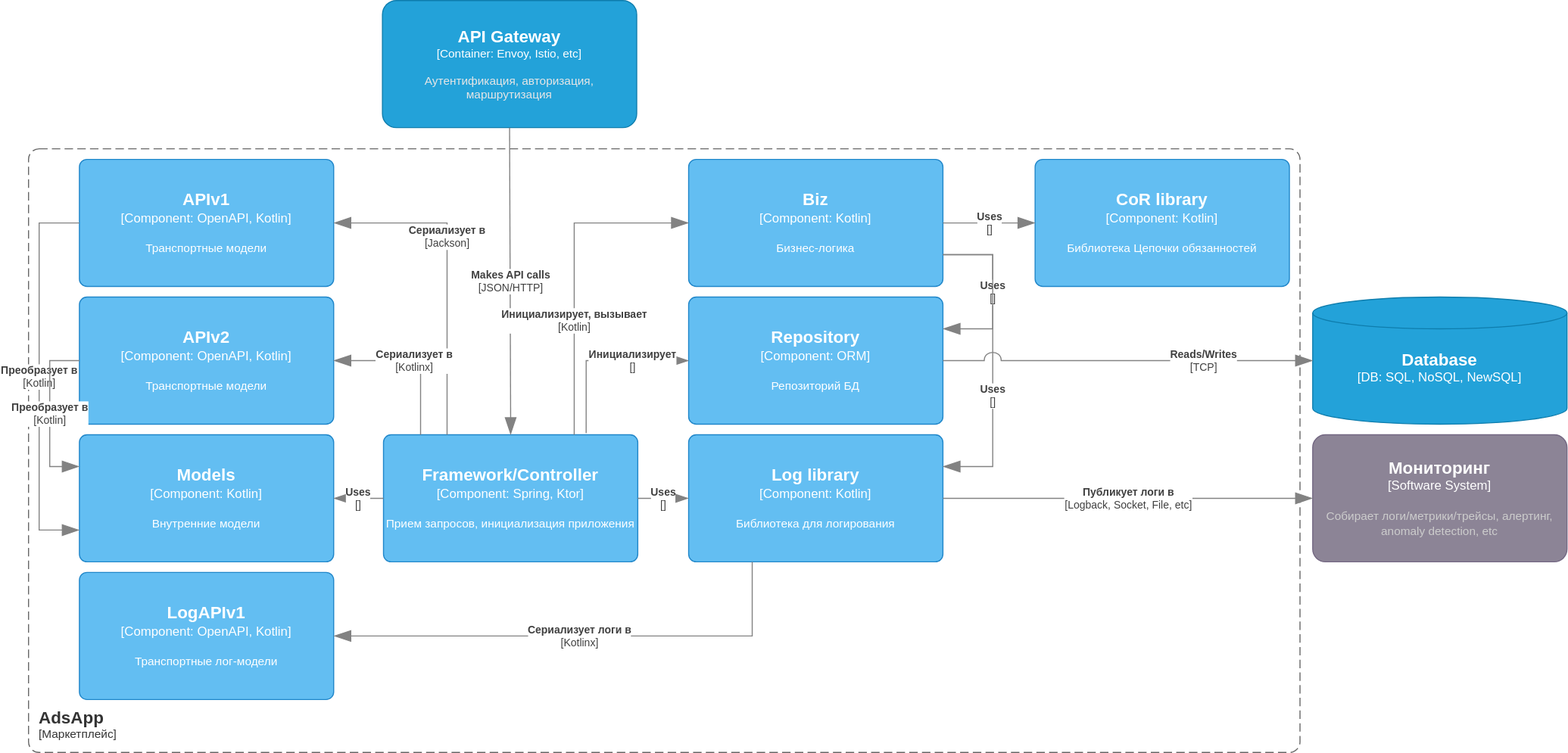
The draw.io diagram docs/04-architecture/arch-C4-component.drawio.svg in Patseev1987/otus_tools_storage_helper, before a commit. Source tidied: cells renumbered, new cells last; positions are measured from the earlier drawing's top-left corner, leaving out a move shared by most shapes.
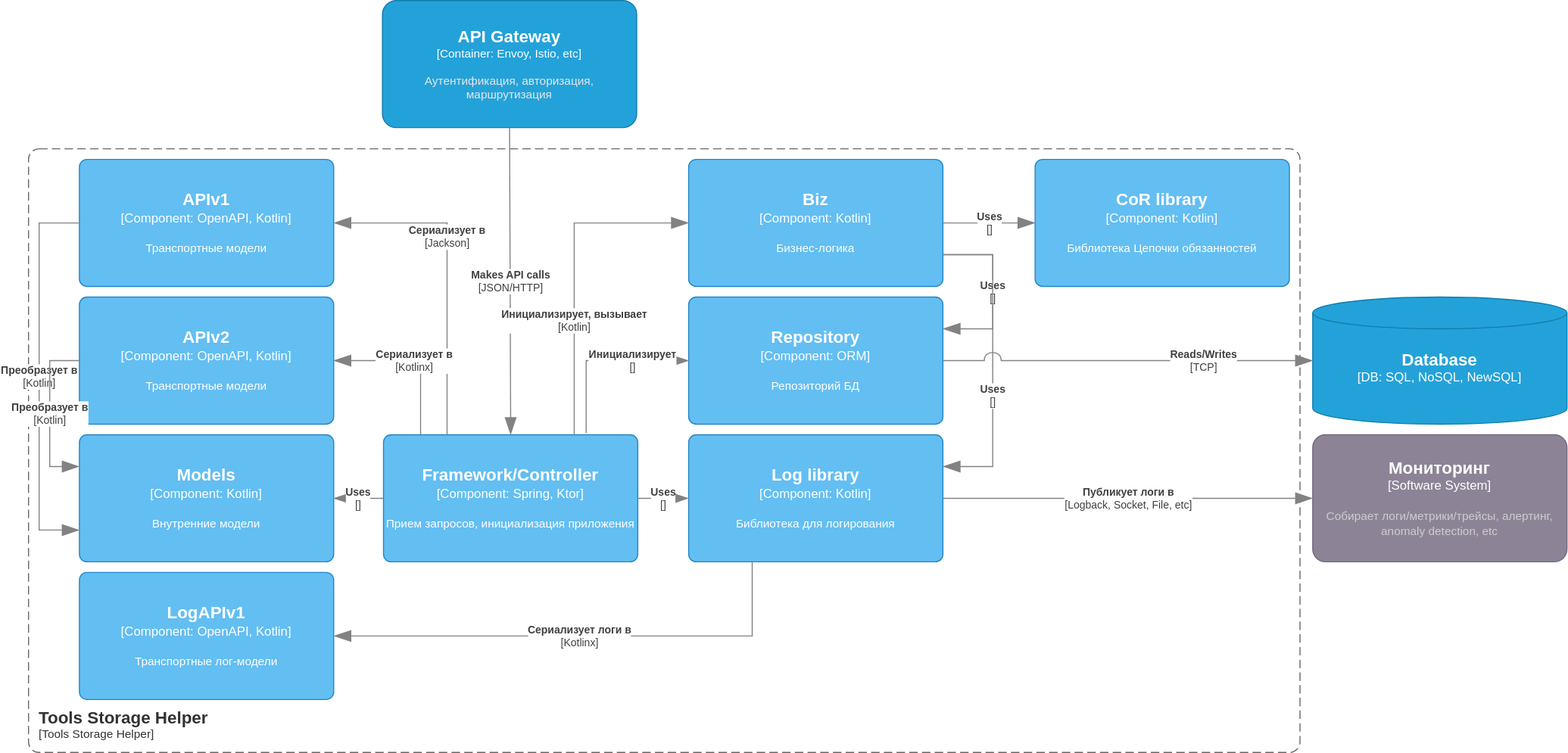
The same diagram one commit later.

Diff of the diagram source:
```diff
@@ -2,7 +2,7 @@
   <root>
     <mxCell id="0" />
     <mxCell id="1" parent="0" />
-    <object id="2" label="&lt;font style=&quot;font-size: 16px&quot;&gt;&lt;b&gt;&lt;div style=&quot;text-align: left&quot;&gt;%c4Name%&lt;/div&gt;&lt;/b&gt;&lt;/font&gt;&lt;div style=&quot;text-align: left&quot;&gt;[%c4Application%]&lt;/div&gt;" c4Application="Маркетплейс" c4Name="AdsApp" c4Type="ContainerScopeBoundary" placeholders="1">
+    <object id="2" label="&lt;font style=&quot;font-size: 16px&quot;&gt;&lt;b&gt;&lt;div style=&quot;text-align: left&quot;&gt;%c4Name%&lt;/div&gt;&lt;/b&gt;&lt;/font&gt;&lt;div style=&quot;text-align: left&quot;&gt;[%c4Application%]&lt;/div&gt;" c4Application="Tools Storage Helper" c4Name="Tools Storage Helper" c4Type="ContainerScopeBoundary" placeholders="1">
       <mxCell style="rounded=1;fontSize=11;whiteSpace=wrap;html=1;dashed=1;arcSize=20;fillColor=none;strokeColor=#666666;fontColor=#333333;labelBackgroundColor=none;align=left;verticalAlign=bottom;labelBorderColor=none;spacingTop=0;spacing=10;dashPattern=8 4;perimeter=rectanglePerimeter;noLabel=0;labelPadding=0;absoluteArcSize=1;" parent="1" vertex="1">
         <mxGeometry y="140" width="1200" height="570" as="geometry" />
       </mxCell>
```
